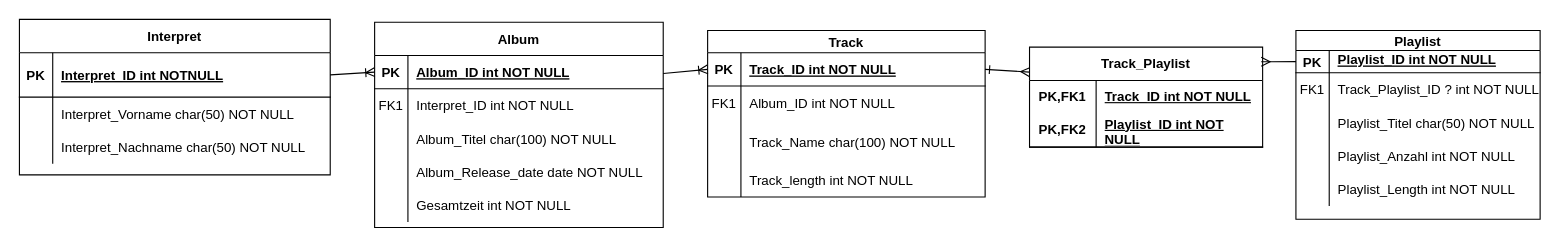
The draw.io diagram Untitled Diagram.drawio in mastapetz/wifiSoftwareEngineering, before the edit. Source tidied: cells renumbered, new cells numbered last; positions are measured from the earlier drawing's top-left corner, leaving out a move shared by most shapes. Both pictures are drawn from the tidied source at 111%, with x=0, y=0 at pixel (19, 19).
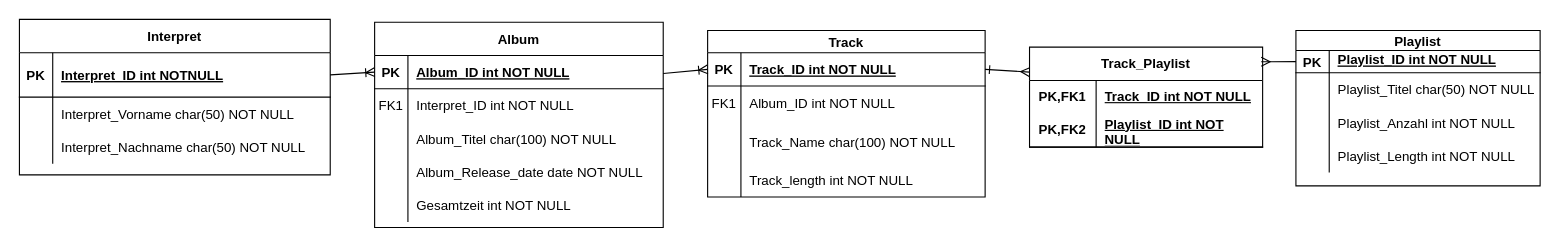
The same page after the edit.

Commit message:
FK aus Playlist entfernt da nicht nötig.drawio

The edit, as a diff of the source:
```diff
@@
     <mxCell id="41" value="Playlist" style="shape=table;startSize=18;childLayout=tableLayout;rowLines=0;fontStyle=1;align=center;" parent="1" vertex="1">
-      <mxGeometry x="1150" y="10" width="220" height="170" as="geometry" />
+      <mxGeometry x="1150" y="10" width="220" height="140" as="geometry" />
     </mxCell>
@@
-    <mxCell id="45" style="shape=partialRectangle;fillColor=none;top=0;left=0;right=0;bottom=0;" parent="41" vertex="1">
-      <mxGeometry y="38" width="220" height="30" as="geometry" />
-    </mxCell>
-    <mxCell id="46" value="FK1" style="shape=partialRectangle;overflow=hidden;fillColor=none;top=0;left=0;bottom=0;right=0;" parent="45" vertex="1">
-      <mxGeometry width="30" height="30" as="geometry" />
-    </mxCell>
-    <mxCell id="47" value="Track_Playlist_ID ? int NOT NULL" style="shape=partialRectangle;overflow=hidden;fillColor=none;top=0;left=0;bottom=0;right=0;align=left;spacingLeft=6;" parent="45" vertex="1">
-      <mxGeometry x="30" width="190" height="30" as="geometry" />
-    </mxCell>
     <mxCell id="48" style="shape=partialRectangle;fillColor=none;top=0;left=0;right=0;bottom=0;" parent="41" vertex="1">
-      <mxGeometry y="68" width="220" height="30" as="geometry" />
+      <mxGeometry y="38" width="220" height="30" as="geometry" />
     </mxCell>
@@
     <mxCell id="51" style="shape=partialRectangle;fillColor=none;top=0;left=0;right=0;bottom=0;" parent="41" vertex="1">
-      <mxGeometry y="98" width="220" height="30" as="geometry" />
+      <mxGeometry y="68" width="220" height="30" as="geometry" />
     </mxCell>
@@
     <mxCell id="54" style="shape=partialRectangle;fillColor=none;top=0;left=0;right=0;bottom=0;" parent="41" vertex="1">
-      <mxGeometry y="128" width="220" height="30" as="geometry" />
+      <mxGeometry y="98" width="220" height="30" as="geometry" />
     </mxCell>
```
